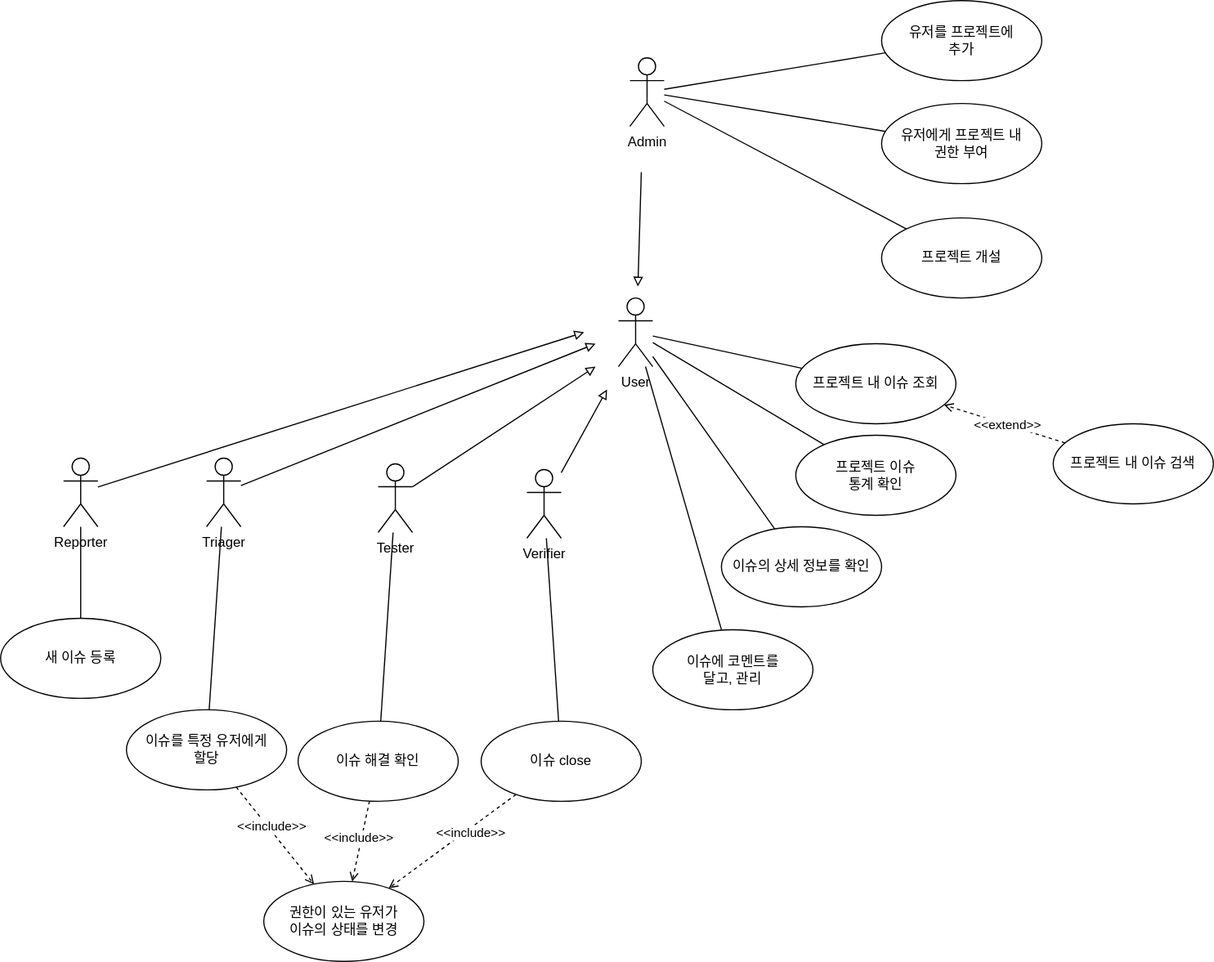
Before: usecase_diagram.svg, a diagram exported from draw.io (cau-software-engineering-project-KKYCP/KKYCP-docs). Source tidied: cells renumbered, new cells last; positions are measured from the earlier drawing's top-left corner, leaving out a move shared by most shapes. The source it was exported from:
```xml
<mxGraphModel>
  <root>
    <mxCell id="0" />
    <mxCell id="1" parent="0" />
    <mxCell id="2" style="edgeStyle=none;rounded=0;jettySize=auto;html=1;endArrow=none;endFill=0;" parent="1" edge="1" source="6" target="27">
      <mxGeometry relative="1" as="geometry" />
    </mxCell>
    <mxCell id="3" style="edgeStyle=none;rounded=0;jettySize=auto;html=1;endArrow=none;endFill=0;" parent="1" edge="1" source="6" target="28">
      <mxGeometry relative="1" as="geometry" />
    </mxCell>
    <mxCell id="4" style="edgeStyle=none;rounded=0;jettySize=auto;html=1;endArrow=none;endFill=0;" parent="1" edge="1" source="6" target="29">
      <mxGeometry relative="1" as="geometry" />
    </mxCell>
    <mxCell id="5" style="edgeStyle=none;rounded=0;jettySize=auto;html=1;endArrow=none;endFill=0;" parent="1" edge="1" source="6" target="34">
      <mxGeometry relative="1" as="geometry" />
    </mxCell>
    <mxCell id="6" value="User" style="shape=umlActor;verticalLabelPosition=bottom;verticalAlign=top;html=1;" parent="1" vertex="1">
      <mxGeometry x="540" y="260" width="30" height="60" as="geometry" />
    </mxCell>
    <mxCell id="7" style="rounded=0;jettySize=auto;html=1;endArrow=none;endFill=0;" parent="1" edge="1" source="11" target="25">
      <mxGeometry relative="1" as="geometry" />
    </mxCell>
    <mxCell id="8" style="edgeStyle=none;rounded=0;jettySize=auto;html=1;endArrow=none;endFill=0;" parent="1" edge="1" source="11" target="26">
      <mxGeometry relative="1" as="geometry" />
    </mxCell>
    <mxCell id="9" style="edgeStyle=none;rounded=0;jettySize=auto;html=1;endArrow=none;endFill=0;" parent="1" edge="1" source="11" target="24">
      <mxGeometry relative="1" as="geometry" />
    </mxCell>
    <mxCell id="10" style="edgeStyle=none;rounded=0;orthogonalLoop=1;jettySize=auto;html=1;endArrow=block;endFill=0;" parent="1" edge="1">
      <mxGeometry relative="1" as="geometry">
        <mxPoint x="560" y="150" as="sourcePoint" />
        <mxPoint x="557" y="250" as="targetPoint" />
      </mxGeometry>
    </mxCell>
    <mxCell id="11" value="Admin" style="shape=umlActor;verticalLabelPosition=bottom;verticalAlign=top;html=1;" parent="1" vertex="1">
      <mxGeometry x="550" y="50" width="30" height="60" as="geometry" />
    </mxCell>
    <mxCell id="12" style="edgeStyle=none;rounded=0;jettySize=auto;html=1;endArrow=none;endFill=0;" parent="1" edge="1" source="14" target="35">
      <mxGeometry relative="1" as="geometry" />
    </mxCell>
    <mxCell id="13" style="edgeStyle=none;rounded=0;jettySize=auto;html=1;endArrow=block;endFill=0;" parent="1" edge="1" source="14">
      <mxGeometry relative="1" as="geometry">
        <mxPoint x="510" y="290" as="targetPoint" />
      </mxGeometry>
    </mxCell>
    <mxCell id="14" value="Reporter" style="shape=umlActor;verticalLabelPosition=bottom;verticalAlign=top;html=1;" parent="1" vertex="1">
      <mxGeometry x="55" y="400" width="30" height="60" as="geometry" />
    </mxCell>
    <mxCell id="15" style="edgeStyle=none;rounded=0;jettySize=auto;html=1;endArrow=none;endFill=0;" parent="1" edge="1" source="17" target="38">
      <mxGeometry relative="1" as="geometry" />
    </mxCell>
    <mxCell id="16" style="edgeStyle=none;rounded=0;jettySize=auto;html=1;endArrow=block;endFill=0;" parent="1" edge="1" source="17">
      <mxGeometry relative="1" as="geometry">
        <mxPoint x="520" y="300" as="targetPoint" />
      </mxGeometry>
    </mxCell>
    <mxCell id="17" value="Triager" style="shape=umlActor;verticalLabelPosition=bottom;verticalAlign=top;html=1;" parent="1" vertex="1">
      <mxGeometry x="180" y="400" width="30" height="60" as="geometry" />
    </mxCell>
    <mxCell id="18" style="edgeStyle=none;rounded=0;jettySize=auto;html=1;endArrow=none;endFill=0;" parent="1" edge="1" source="20" target="44">
      <mxGeometry relative="1" as="geometry" />
    </mxCell>
    <mxCell id="19" style="edgeStyle=none;rounded=0;jettySize=auto;html=1;endArrow=block;endFill=0;" parent="1" edge="1" source="20">
      <mxGeometry relative="1" as="geometry">
        <mxPoint x="530" y="340" as="targetPoint" />
      </mxGeometry>
    </mxCell>
    <mxCell id="20" value="Verifier" style="shape=umlActor;verticalLabelPosition=bottom;verticalAlign=top;html=1;" parent="1" vertex="1">
      <mxGeometry x="460" y="410" width="30" height="60" as="geometry" />
    </mxCell>
    <mxCell id="21" style="edgeStyle=none;rounded=0;jettySize=auto;html=1;endArrow=none;endFill=0;" parent="1" edge="1" source="23" target="41">
      <mxGeometry relative="1" as="geometry" />
    </mxCell>
    <mxCell id="22" style="edgeStyle=none;rounded=0;jettySize=auto;html=1;endArrow=block;endFill=0;" parent="1" edge="1" source="23">
      <mxGeometry relative="1" as="geometry">
        <mxPoint x="520" y="320" as="targetPoint" />
      </mxGeometry>
    </mxCell>
    <mxCell id="23" value="Tester" style="shape=umlActor;verticalLabelPosition=bottom;verticalAlign=top;html=1;" parent="1" vertex="1">
      <mxGeometry x="330" y="405" width="30" height="60" as="geometry" />
    </mxCell>
    <mxCell id="24" value="프로젝트 개설" style="ellipse;whiteSpace=wrap;html=1;" parent="1" vertex="1">
      <mxGeometry x="770" y="190" width="140" height="70" as="geometry" />
    </mxCell>
    <mxCell id="25" value="유저를 프로젝트에&lt;br&gt;추가" style="ellipse;whiteSpace=wrap;html=1;" parent="1" vertex="1">
      <mxGeometry x="770" width="140" height="70" as="geometry" />
    </mxCell>
    <mxCell id="26" value="유저에게 프로젝트 내&lt;br&gt;권한 부여" style="ellipse;whiteSpace=wrap;html=1;" parent="1" vertex="1">
      <mxGeometry x="770" y="90" width="140" height="70" as="geometry" />
    </mxCell>
    <mxCell id="27" value="프로젝트 내 이슈 조회" style="ellipse;whiteSpace=wrap;html=1;" parent="1" vertex="1">
      <mxGeometry x="695" y="300" width="140" height="70" as="geometry" />
    </mxCell>
    <mxCell id="28" value="프로젝트 이슈&lt;br&gt;통계 확인" style="ellipse;whiteSpace=wrap;html=1;" parent="1" vertex="1">
      <mxGeometry x="695" y="380" width="140" height="70" as="geometry" />
    </mxCell>
    <mxCell id="29" value="이슈의 상세 정보를 확인" style="ellipse;whiteSpace=wrap;html=1;" parent="1" vertex="1">
      <mxGeometry x="630" y="460" width="140" height="70" as="geometry" />
    </mxCell>
    <mxCell id="30" value="권한이 있는 유저가&lt;br&gt;이슈의 상태를 변경" style="ellipse;whiteSpace=wrap;html=1;" parent="1" vertex="1">
      <mxGeometry x="230" y="770" width="140" height="70" as="geometry" />
    </mxCell>
    <mxCell id="31" style="edgeStyle=none;rounded=0;jettySize=auto;html=1;endArrow=open;endFill=0;startArrow=none;startFill=0;dashed=1;" parent="1" edge="1" source="33" target="27">
      <mxGeometry relative="1" as="geometry" />
    </mxCell>
    <mxCell id="32" value="&amp;lt;&amp;lt;extend&amp;gt;&amp;gt;" style="edgeLabel;html=1;align=center;verticalAlign=middle;" parent="31" vertex="1">
      <mxGeometry x="0.29" relative="1" as="geometry">
        <mxPoint x="18" y="5" as="offset" />
      </mxGeometry>
    </mxCell>
    <mxCell id="33" value="프로젝트 내 이슈 검색" style="ellipse;whiteSpace=wrap;html=1;" parent="1" vertex="1">
      <mxGeometry x="920" y="370" width="140" height="70" as="geometry" />
    </mxCell>
    <mxCell id="34" value="이슈에 코멘트를&lt;br&gt;달고, 관리" style="ellipse;whiteSpace=wrap;html=1;" parent="1" vertex="1">
      <mxGeometry x="570" y="550" width="140" height="70" as="geometry" />
    </mxCell>
    <mxCell id="35" value="새 이슈 등록" style="ellipse;whiteSpace=wrap;html=1;" parent="1" vertex="1">
      <mxGeometry y="540" width="140" height="70" as="geometry" />
    </mxCell>
    <mxCell id="36" style="edgeStyle=none;rounded=0;jettySize=auto;html=1;dashed=1;endArrow=open;endFill=0;" parent="1" edge="1" source="38" target="30">
      <mxGeometry relative="1" as="geometry" />
    </mxCell>
    <mxCell id="37" value="&amp;lt;&amp;lt;include&amp;gt;&amp;gt;" style="edgeLabel;html=1;align=center;verticalAlign=middle;" parent="36" vertex="1">
      <mxGeometry x="-0.16" y="3" relative="1" as="geometry" />
    </mxCell>
    <mxCell id="38" value="이슈를 특정 유저에게&lt;br&gt;할당" style="ellipse;whiteSpace=wrap;html=1;" parent="1" vertex="1">
      <mxGeometry x="110" y="620" width="140" height="70" as="geometry" />
    </mxCell>
    <mxCell id="39" style="edgeStyle=none;rounded=0;jettySize=auto;html=1;endArrow=open;endFill=0;dashed=1;" parent="1" edge="1" source="41" target="30">
      <mxGeometry relative="1" as="geometry" />
    </mxCell>
    <mxCell id="40" value="&amp;lt;&amp;lt;include&amp;gt;&amp;gt;" style="edgeLabel;html=1;align=center;verticalAlign=middle;" parent="39" vertex="1">
      <mxGeometry x="-0.08" y="-3" relative="1" as="geometry" />
    </mxCell>
    <mxCell id="41" value="이슈 해결 확인" style="ellipse;whiteSpace=wrap;html=1;" parent="1" vertex="1">
      <mxGeometry x="260" y="630" width="140" height="70" as="geometry" />
    </mxCell>
    <mxCell id="42" style="edgeStyle=none;rounded=0;jettySize=auto;html=1;endArrow=open;endFill=0;dashed=1;" parent="1" edge="1" source="44" target="30">
      <mxGeometry relative="1" as="geometry" />
    </mxCell>
    <mxCell id="43" value="&amp;lt;&amp;lt;include&amp;gt;&amp;gt;" style="edgeLabel;html=1;align=center;verticalAlign=middle;" parent="42" vertex="1">
      <mxGeometry x="-0.24" y="3" relative="1" as="geometry" />
    </mxCell>
    <mxCell id="44" value="이슈 close" style="ellipse;whiteSpace=wrap;html=1;" parent="1" vertex="1">
      <mxGeometry x="420" y="630" width="140" height="70" as="geometry" />
    </mxCell>
  </root>
</mxGraphModel>
```
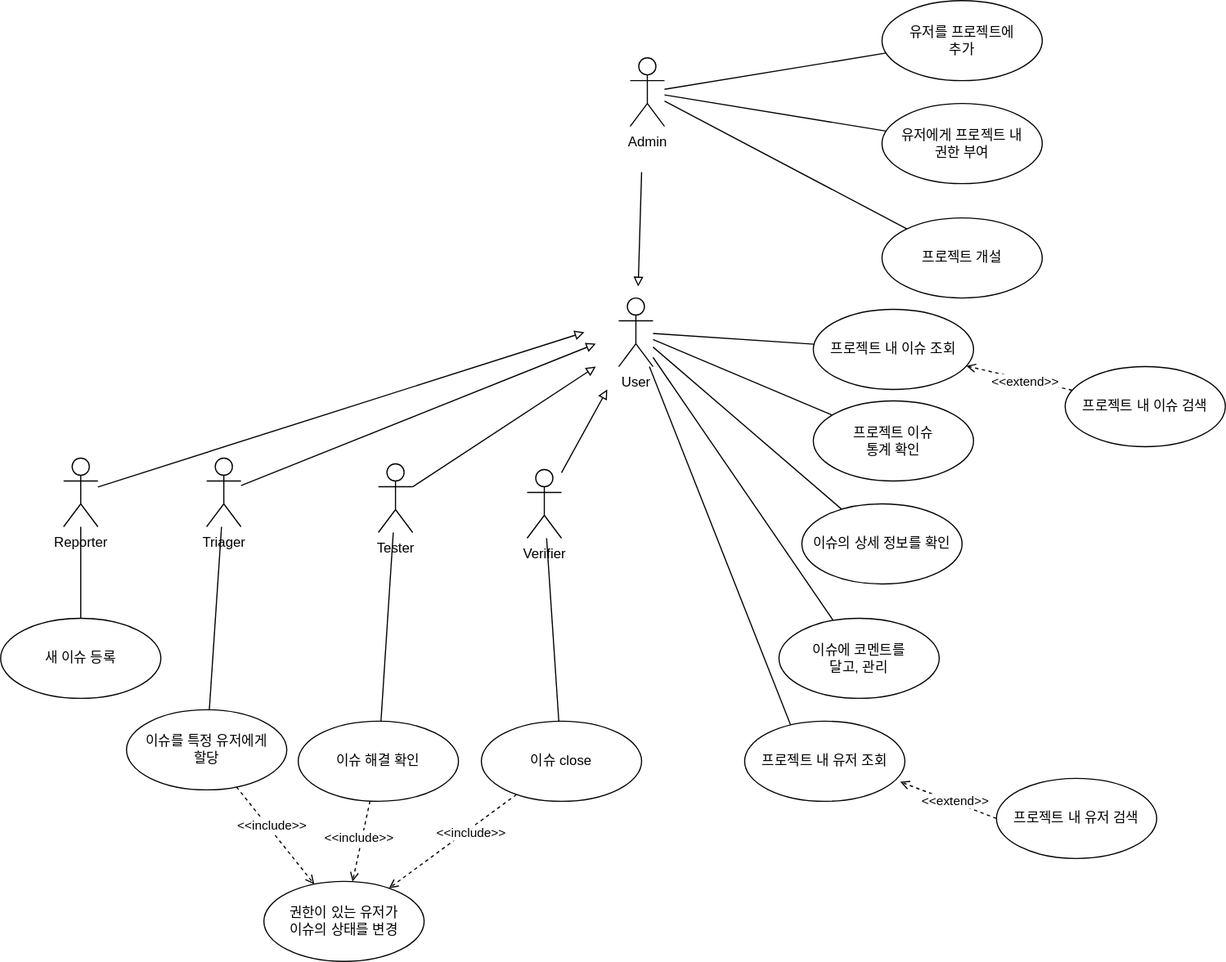
Later version of the same file.

What changed in the source:
```diff
@@ -89,13 +89,13 @@
       <mxGeometry x="770" y="90" width="140" height="70" as="geometry" />
     </mxCell>
     <mxCell id="27" value="프로젝트 내 이슈 조회" style="ellipse;whiteSpace=wrap;html=1;" parent="1" vertex="1">
-      <mxGeometry x="695" y="300" width="140" height="70" as="geometry" />
+      <mxGeometry x="710" y="270" width="140" height="70" as="geometry" />
     </mxCell>
     <mxCell id="28" value="프로젝트 이슈&lt;br&gt;통계 확인" style="ellipse;whiteSpace=wrap;html=1;" parent="1" vertex="1">
-      <mxGeometry x="695" y="380" width="140" height="70" as="geometry" />
+      <mxGeometry x="710" y="350" width="140" height="70" as="geometry" />
     </mxCell>
     <mxCell id="29" value="이슈의 상세 정보를 확인" style="ellipse;whiteSpace=wrap;html=1;" parent="1" vertex="1">
-      <mxGeometry x="630" y="460" width="140" height="70" as="geometry" />
+      <mxGeometry x="700" y="440" width="140" height="70" as="geometry" />
     </mxCell>
     <mxCell id="30" value="권한이 있는 유저가&lt;br&gt;이슈의 상태를 변경" style="ellipse;whiteSpace=wrap;html=1;" parent="1" vertex="1">
       <mxGeometry x="230" y="770" width="140" height="70" as="geometry" />
@@ -109,10 +109,10 @@
       </mxGeometry>
     </mxCell>
     <mxCell id="33" value="프로젝트 내 이슈 검색" style="ellipse;whiteSpace=wrap;html=1;" parent="1" vertex="1">
-      <mxGeometry x="920" y="370" width="140" height="70" as="geometry" />
+      <mxGeometry x="930" y="320" width="140" height="70" as="geometry" />
     </mxCell>
     <mxCell id="34" value="이슈에 코멘트를&lt;br&gt;달고, 관리" style="ellipse;whiteSpace=wrap;html=1;" parent="1" vertex="1">
-      <mxGeometry x="570" y="550" width="140" height="70" as="geometry" />
+      <mxGeometry x="680" y="540" width="140" height="70" as="geometry" />
     </mxCell>
     <mxCell id="35" value="새 이슈 등록" style="ellipse;whiteSpace=wrap;html=1;" parent="1" vertex="1">
       <mxGeometry y="540" width="140" height="70" as="geometry" />
@@ -144,5 +144,22 @@
     <mxCell id="44" value="이슈 close" style="ellipse;whiteSpace=wrap;html=1;" parent="1" vertex="1">
       <mxGeometry x="420" y="630" width="140" height="70" as="geometry" />
     </mxCell>
+    <mxCell id="45" value="프로젝트 내 유저 조회" style="ellipse;whiteSpace=wrap;html=1;" parent="1" vertex="1">
+      <mxGeometry x="650" y="630" width="140" height="70" as="geometry" />
+    </mxCell>
+    <mxCell id="46" style="edgeStyle=none;rounded=0;jettySize=auto;html=1;endArrow=none;endFill=0;entryX=0.286;entryY=0.043;entryDx=0;entryDy=0;entryPerimeter=0;" parent="1" edge="1" source="6" target="45">
+      <mxGeometry relative="1" as="geometry" />
+    </mxCell>
+    <mxCell id="47" value="프로젝트 내 유저 검색" style="ellipse;whiteSpace=wrap;html=1;" parent="1" vertex="1">
+      <mxGeometry x="870" y="680" width="140" height="70" as="geometry" />
+    </mxCell>
+    <mxCell id="48" style="edgeStyle=none;rounded=0;jettySize=auto;html=1;endArrow=open;endFill=0;startArrow=none;startFill=0;dashed=1;entryX=0.971;entryY=0.757;entryDx=0;entryDy=0;entryPerimeter=0;exitX=0;exitY=0.5;exitDx=0;exitDy=0;" parent="1" edge="1" source="47" target="45">
+      <mxGeometry relative="1" as="geometry" />
+    </mxCell>
+    <mxCell id="49" value="&amp;lt;&amp;lt;extend&amp;gt;&amp;gt;" style="edgeLabel;html=1;align=center;verticalAlign=middle;" parent="48" vertex="1">
+      <mxGeometry x="0.29" relative="1" as="geometry">
+        <mxPoint x="18" y="5" as="offset" />
+      </mxGeometry>
+    </mxCell>
   </root>
 </mxGraphModel>
```
